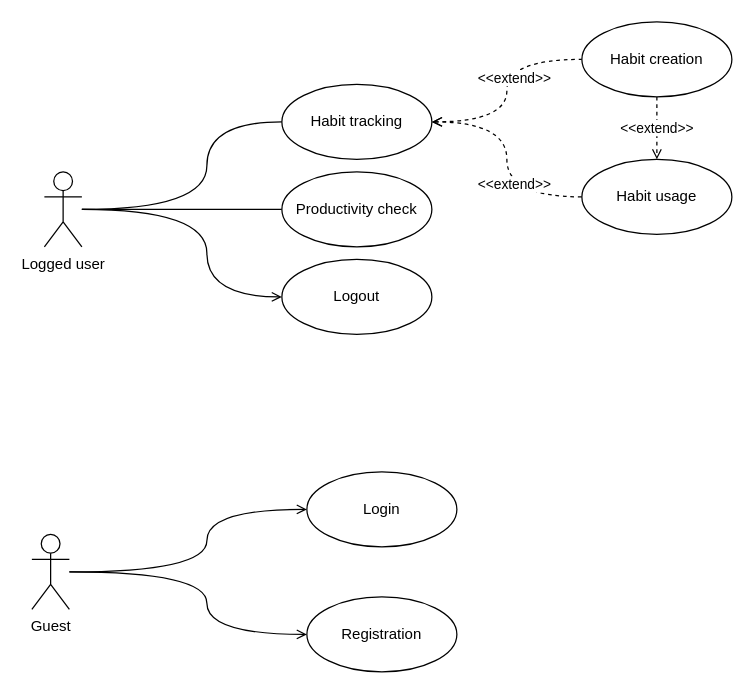
Above: images/Untitled Diagram.drawio in rizvansky/biproductive (draw.io), before the change. Source tidied: cells renumbered, new cells numbered last; positions are measured from the earlier drawing's top-left corner, leaving out a move shared by most shapes. Both pictures are drawn from the tidied source at 125%, with x=0, y=0 at pixel (31, 21).
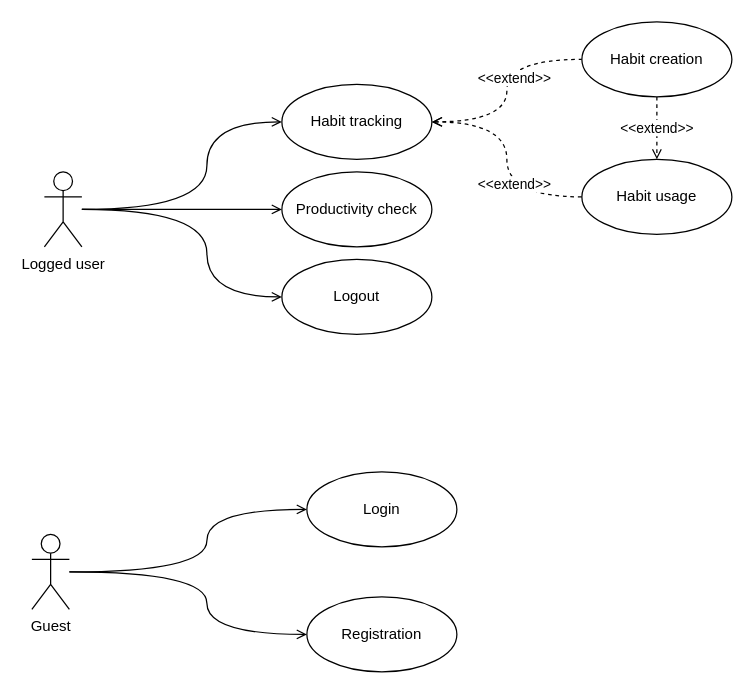
The same page after the edit.

The change refers to these unchanged cells:
```xml
<mxCell id="5" value="Logged user" style="shape=umlActor;verticalLabelPosition=bottom;verticalAlign=top;html=1;outlineConnect=0;" parent="1" vertex="1">
  <mxGeometry x="10" y="120" width="30" height="60" as="geometry" />
</mxCell>
<mxCell id="10" value="Habit tracking" style="ellipse;whiteSpace=wrap;html=1;" parent="1" vertex="1">
  <mxGeometry x="200" y="50" width="120" height="60" as="geometry" />
</mxCell>
<mxCell id="14" value="Productivity check" style="ellipse;whiteSpace=wrap;html=1;" parent="1" vertex="1">
  <mxGeometry x="200" y="120" width="120" height="60" as="geometry" />
</mxCell>
```

What changed in the source:
```diff
@@
-    <mxCell id="2" style="edgeStyle=orthogonalEdgeStyle;curved=1;rounded=0;jettySize=auto;html=1;entryX=0;entryY=0.5;entryDx=0;entryDy=0;endArrow=none;endFill=0;" parent="1" edge="1" source="5" target="10">
+    <mxCell id="2" style="edgeStyle=orthogonalEdgeStyle;curved=1;rounded=0;jettySize=auto;html=1;entryX=0;entryY=0.5;entryDx=0;entryDy=0;endArrow=open;endFill=0;" parent="1" edge="1" source="5" target="10">
       <mxGeometry relative="1" as="geometry">
         <Array as="points">
           <mxPoint x="140" y="150" />
           <mxPoint x="140" y="80" />
         </Array>
       </mxGeometry>
     </mxCell>
-    <mxCell id="3" style="edgeStyle=orthogonalEdgeStyle;rounded=0;jettySize=auto;html=1;entryX=0;entryY=0.5;entryDx=0;entryDy=0;startArrow=none;startFill=0;endArrow=none;endFill=0;curved=1;" parent="1" edge="1" source="5" target="14">
+    <mxCell id="3" style="edgeStyle=orthogonalEdgeStyle;rounded=0;jettySize=auto;html=1;entryX=0;entryY=0.5;entryDx=0;entryDy=0;startArrow=none;startFill=0;endArrow=open;endFill=0;curved=1;" parent="1" edge="1" source="5" target="14">
       <mxGeometry relative="1" as="geometry">
         <Array as="points">
           <mxPoint x="200" y="150" />
         </Array>
       </mxGeometry>
     </mxCell>
```
